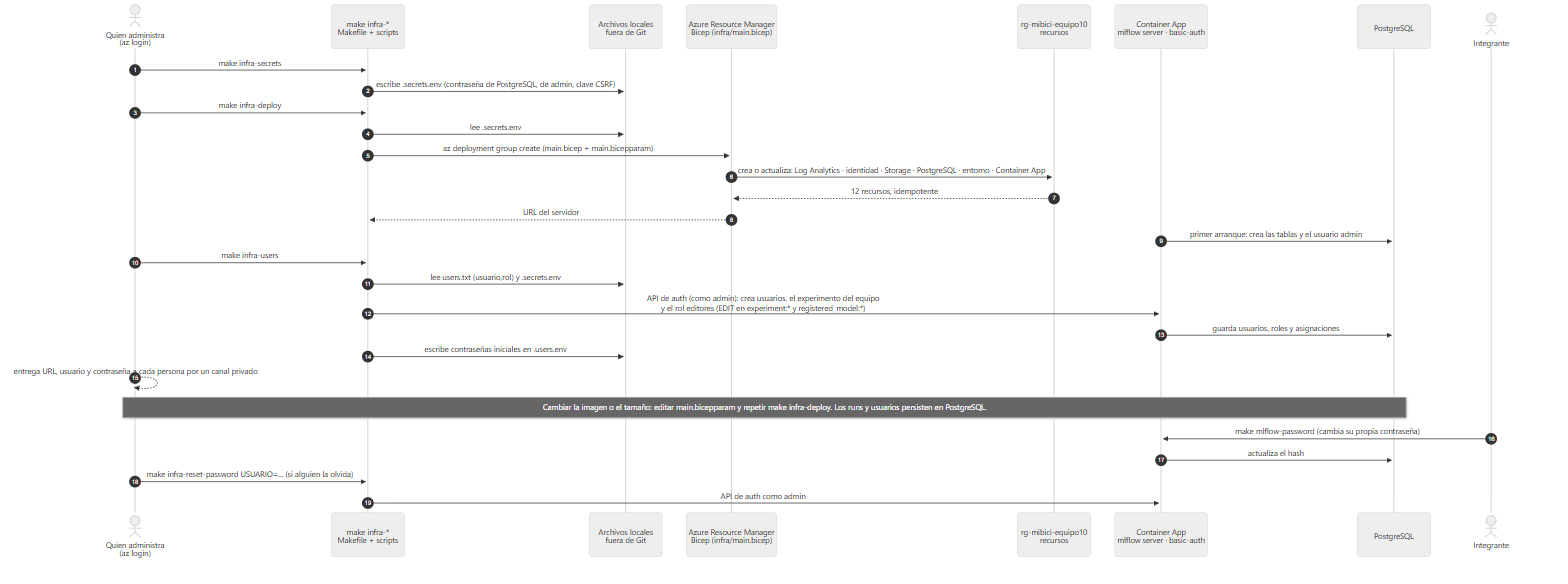
Above: references/infraestructura_nube_despliegue.png in WillSagzz/TC5061-Proyecto-Equipo10 (Mermaid), before the change. Its source is kept beside it as references/infraestructura_nube_despliegue.mmd.
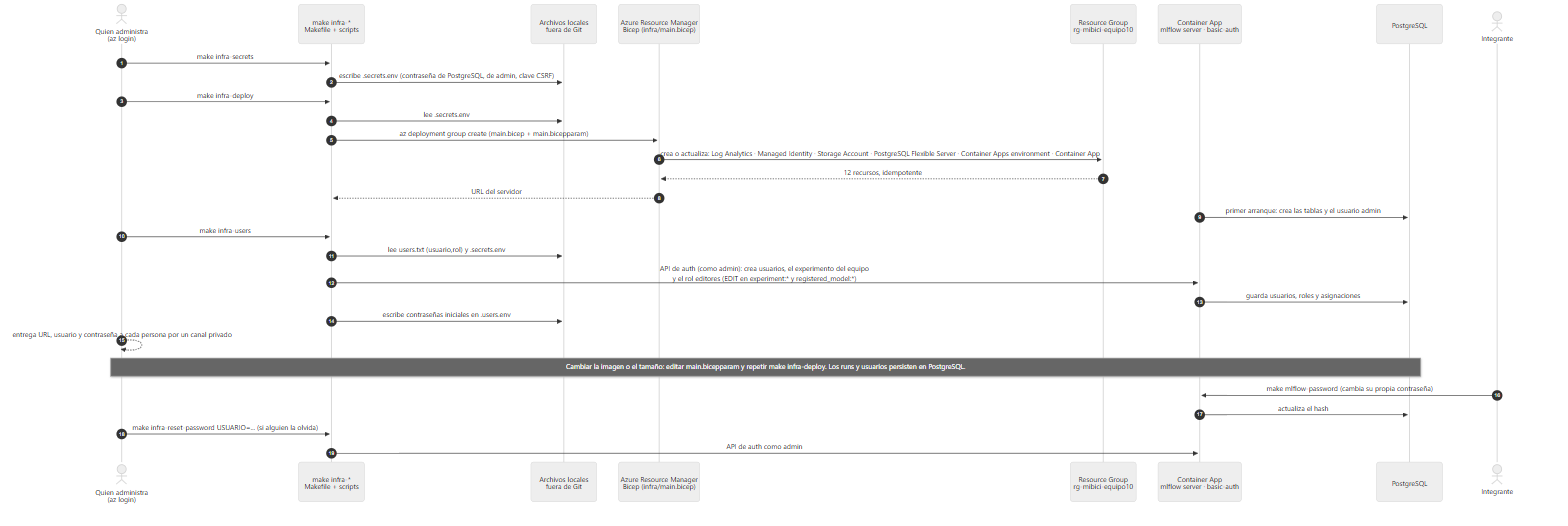
After the commit.

Commit message:
docs(infra): conserva en inglés los nombres de los recursos de Azure en diagramas y guías

Diff of the diagram source:
```diff
@@ -4,7 +4,7 @@
   participant Make as make infra-*<br/>Makefile + scripts
   participant Local as Archivos locales<br/>fuera de Git
   participant ARM as Azure Resource Manager<br/>Bicep (infra/main.bicep)
-  participant RG as rg-mibici-equipo10<br/>recursos
+  participant RG as Resource Group<br/>rg-mibici-equipo10
   participant App as Container App<br/>mlflow server · basic-auth
   participant PG as PostgreSQL
 
@@ -13,7 +13,7 @@
   Admin->>Make: make infra-deploy
   Make->>Local: lee .secrets.env
   Make->>ARM: az deployment group create (main.bicep + main.bicepparam)
-  ARM->>RG: crea o actualiza: Log Analytics · identidad · Storage · PostgreSQL · entorno · Container App
+  ARM->>RG: crea o actualiza: Log Analytics · Managed Identity · Storage Account · PostgreSQL Flexible Server · Container Apps environment · Container App
   RG-->>ARM: 12 recursos, idempotente
   ARM-->>Make: URL del servidor
   App->>PG: primer arranque: crea las tablas y el usuario admin
```
